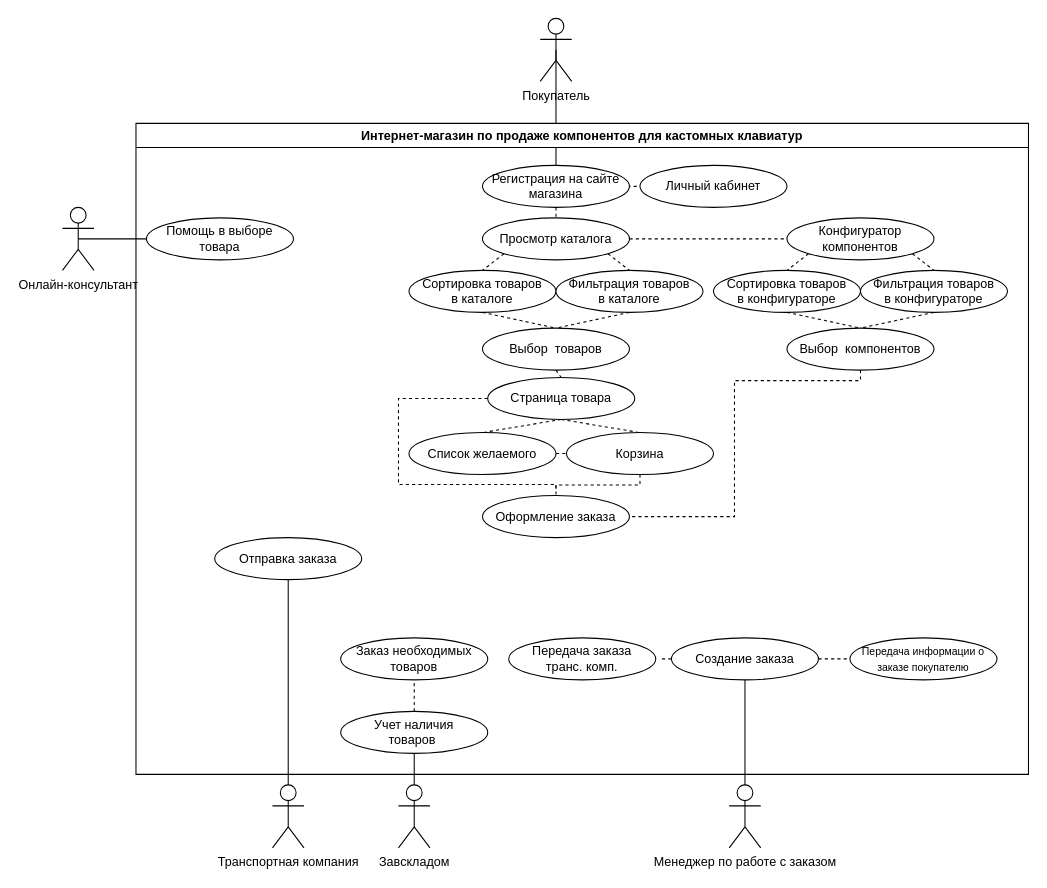
The draw.io diagram лаб 1.drawio in arn1ee/-1, before the edit. Source tidied: cells renumbered, new cells numbered last; positions are measured from the earlier drawing's top-left corner, leaving out a move shared by most shapes. Both pictures are drawn from the tidied source at 105%, with x=0, y=0 at pixel (62, 18).
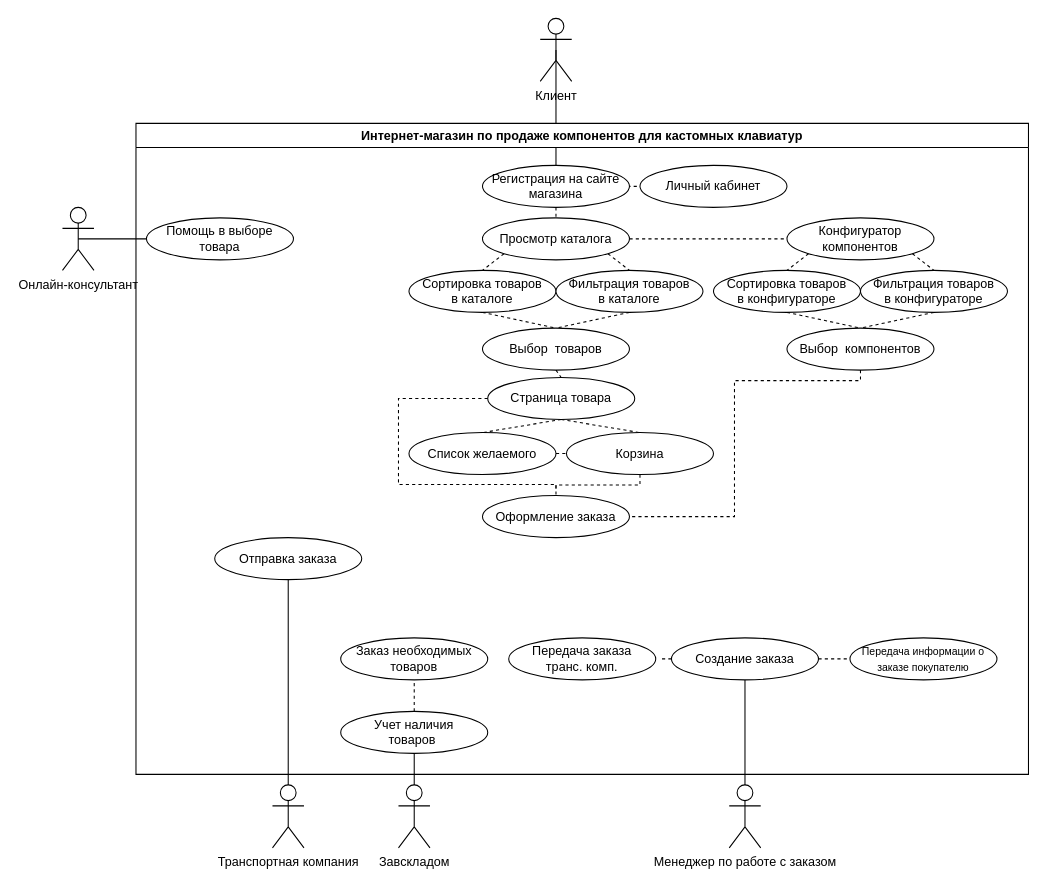
Above is the later version.

The edit, as a diff of the source:
```diff
@@
-    <mxCell id="2" value="Покупатель" style="shape=umlActor;verticalLabelPosition=bottom;verticalAlign=top;html=1;" parent="1" vertex="1">
+    <mxCell id="2" value="Клиент" style="shape=umlActor;verticalLabelPosition=bottom;verticalAlign=top;html=1;" parent="1" vertex="1">
       <mxGeometry x="455" width="30" height="60" as="geometry" />
     </mxCell>
```
